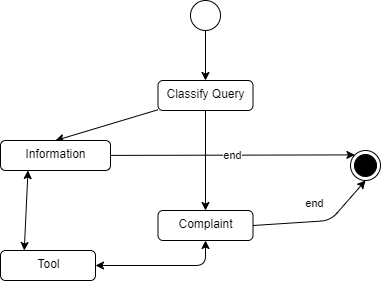
The draw.io diagram docs/diagrams/insurance/assistant_lg_tool_flow.drawio.png in AthenaDecisionSystems/athena-owl-demos, before a commit. Source tidied: cells renumbered, new cells last; positions are measured from the earlier drawing's top-left corner, leaving out a move shared by most shapes.
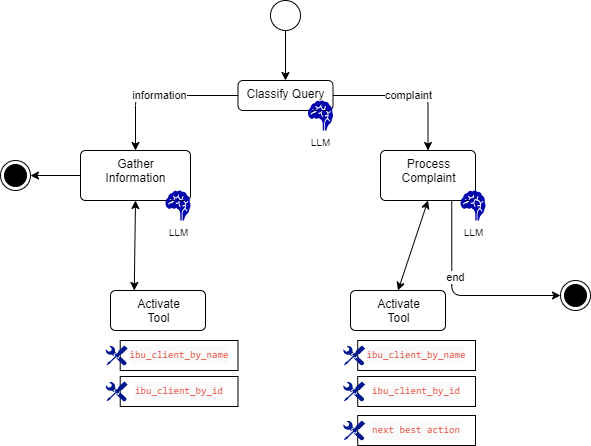
The same file after the commit.

Diff of the diagram source:
```diff
@@ -3,7 +3,7 @@
     <mxCell id="0" />
     <mxCell id="1" parent="0" />
     <mxCell id="2" style="ellipse;html=1;shape=endState;fillColor=strokeColor;" parent="1" vertex="1">
-      <mxGeometry x="350" y="150" width="30" height="30" as="geometry" />
+      <mxGeometry x="480" y="280" width="30" height="30" as="geometry" />
     </mxCell>
     <mxCell id="3" style="edgeStyle=none;html=1;entryX=0.5;entryY=0;entryDx=0;entryDy=0;" parent="1" edge="1" source="4" target="9">
       <mxGeometry relative="1" as="geometry" />
@@ -11,44 +11,82 @@
     <mxCell id="4" style="ellipse;" parent="1" vertex="1">
       <mxGeometry x="190" width="30" height="30" as="geometry" />
     </mxCell>
-    <mxCell id="5" style="edgeStyle=orthogonalEdgeStyle;html=1;entryX=1;entryY=0.5;entryDx=0;entryDy=0;exitX=0.5;exitY=1;exitDx=0;exitDy=0;startArrow=classic;startFill=1;" parent="1" edge="1" source="11" target="10">
-      <mxGeometry relative="1" as="geometry">
-        <Array as="points">
-          <mxPoint x="205" y="265" />
-        </Array>
-      </mxGeometry>
+    <mxCell id="5" style="html=1;entryX=0.5;entryY=0;entryDx=0;entryDy=0;exitX=0.5;exitY=1;exitDx=0;exitDy=0;startArrow=classic;startFill=1;" parent="1" edge="1" source="11" target="26">
+      <mxGeometry relative="1" as="geometry" />
     </mxCell>
-    <mxCell id="6" value="end" style="edgeStyle=none;html=1;entryX=0.5;entryY=1;entryDx=0;entryDy=0;exitX=1;exitY=0.5;exitDx=0;exitDy=0;" parent="1" edge="1" source="11" target="2">
+    <mxCell id="6" value="end" style="html=1;entryX=0;entryY=0.5;entryDx=0;entryDy=0;exitX=0.75;exitY=1;exitDx=0;exitDy=0;edgeStyle=orthogonalEdgeStyle;" parent="1" edge="1" source="11" target="2">
       <mxGeometry x="-0.03" y="19" relative="1" as="geometry">
-        <Array as="points">
-          <mxPoint x="330" y="220" />
-        </Array>
         <mxPoint y="1" as="offset" />
       </mxGeometry>
     </mxCell>
-    <mxCell id="7" style="edgeStyle=none;html=1;" parent="1" edge="1" source="9" target="11">
+    <mxCell id="7" value="complaint" style="edgeStyle=orthogonalEdgeStyle;html=1;" parent="1" edge="1" source="9" target="11">
       <mxGeometry relative="1" as="geometry" />
     </mxCell>
-    <mxCell id="8" style="edgeStyle=none;html=1;entryX=0.5;entryY=0;entryDx=0;entryDy=0;" parent="1" edge="1" source="9" target="14">
+    <mxCell id="8" value="information" style="edgeStyle=orthogonalEdgeStyle;html=1;entryX=0.5;entryY=0;entryDx=0;entryDy=0;" parent="1" edge="1" source="9" target="14">
       <mxGeometry relative="1" as="geometry" />
     </mxCell>
     <mxCell id="9" value="Classify Query" style="html=1;align=center;verticalAlign=top;rounded=1;absoluteArcSize=1;arcSize=10;dashed=0;" parent="1" vertex="1">
       <mxGeometry x="157.5" y="80" width="95" height="30" as="geometry" />
     </mxCell>
-    <mxCell id="10" value="Tool" style="html=1;align=center;verticalAlign=top;rounded=1;absoluteArcSize=1;arcSize=10;dashed=0;" parent="1" vertex="1">
-      <mxGeometry y="250" width="95" height="30" as="geometry" />
+    <mxCell id="10" value="Activate&lt;br&gt;Tool" style="html=1;align=center;verticalAlign=top;rounded=1;absoluteArcSize=1;arcSize=10;dashed=0;" parent="1" vertex="1">
+      <mxGeometry x="30" y="290" width="95" height="40" as="geometry" />
     </mxCell>
-    <mxCell id="11" value="Complaint" style="html=1;align=center;verticalAlign=top;rounded=1;absoluteArcSize=1;arcSize=10;dashed=0;" parent="1" vertex="1">
-      <mxGeometry x="157.5" y="210" width="95" height="30" as="geometry" />
+    <mxCell id="11" value="Process&lt;br&gt;Complaint" style="html=1;align=center;verticalAlign=top;rounded=1;absoluteArcSize=1;arcSize=10;dashed=0;" parent="1" vertex="1">
+      <mxGeometry x="300" y="150" width="95" height="50" as="geometry" />
     </mxCell>
-    <mxCell id="12" value="end" style="edgeStyle=none;html=1;entryX=0;entryY=0;entryDx=0;entryDy=0;" parent="1" edge="1" source="14" target="2">
-      <mxGeometry relative="1" as="geometry" />
-    </mxCell>
-    <mxCell id="13" style="edgeStyle=none;html=1;entryX=0.25;entryY=0;entryDx=0;entryDy=0;exitX=0.25;exitY=1;exitDx=0;exitDy=0;startArrow=classic;startFill=1;" parent="1" edge="1" source="14" target="10">
+    <mxCell id="13" style="edgeStyle=none;html=1;entryX=0.25;entryY=0;entryDx=0;entryDy=0;exitX=0.5;exitY=1;exitDx=0;exitDy=0;startArrow=classic;startFill=1;" parent="1" edge="1" source="14" target="10">
       <mxGeometry relative="1" as="geometry" />
     </mxCell>
+    <mxCell id="15" style="edgeStyle=orthogonalEdgeStyle;html=1;" parent="1" edge="1" source="14" target="18">
+      <mxGeometry relative="1" as="geometry" />
+    </mxCell>
-    <mxCell id="14" value="Information" style="html=1;align=center;verticalAlign=top;rounded=1;absoluteArcSize=1;arcSize=10;dashed=0;" parent="1" vertex="1">
-      <mxGeometry y="140" width="110" height="30" as="geometry" />
+    <mxCell id="14" value="Gather &lt;br&gt;Information" style="html=1;align=center;verticalAlign=top;rounded=1;absoluteArcSize=1;arcSize=10;dashed=0;" parent="1" vertex="1">
+      <mxGeometry y="150" width="110" height="50" as="geometry" />
     </mxCell>
+    <mxCell id="16" value="LLM" style="shape=mxgraph.signs.healthcare.brain;html=1;fillColor=#0407AC;strokeColor=none;verticalLabelPosition=bottom;verticalAlign=top;align=center;fontSize=10;" parent="1" vertex="1">
+      <mxGeometry x="380" y="190" width="25" height="30" as="geometry" />
+    </mxCell>
+    <mxCell id="17" value="LLM" style="shape=mxgraph.signs.healthcare.brain;html=1;fillColor=#0407AC;strokeColor=none;verticalLabelPosition=bottom;verticalAlign=top;align=center;fontSize=10;" parent="1" vertex="1">
+      <mxGeometry x="85" y="190" width="25" height="30" as="geometry" />
+    </mxCell>
+    <mxCell id="18" style="ellipse;html=1;shape=endState;fillColor=strokeColor;" parent="1" vertex="1">
+      <mxGeometry x="-80" y="160" width="30" height="30" as="geometry" />
+    </mxCell>
+    <mxCell id="19" value="LLM" style="shape=mxgraph.signs.healthcare.brain;html=1;fillColor=#0407AC;strokeColor=none;verticalLabelPosition=bottom;verticalAlign=top;align=center;fontSize=10;" parent="1" vertex="1">
+      <mxGeometry x="227.5" y="100" width="25" height="30" as="geometry" />
+    </mxCell>
+    <mxCell id="20" value="&lt;div style=&quot;color: rgb(56, 58, 66); background-color: rgb(250, 250, 250); font-family: Consolas, &amp;quot;Courier New&amp;quot;, monospace; font-size: 10px; line-height: 19px;&quot;&gt;&lt;span style=&quot;color: rgb(228, 86, 73); font-size: 10px;&quot;&gt;ibu_client_by_name&lt;/span&gt;&lt;/div&gt;" style="rounded=0;whiteSpace=wrap;html=1;fontSize=10;" parent="1" vertex="1">
+      <mxGeometry x="277.2" y="340" width="117.8" height="30" as="geometry" />
+    </mxCell>
+    <mxCell id="21" style="sketch=0;shadow=0;dashed=0;html=1;strokeColor=none;labelPosition=center;verticalLabelPosition=bottom;verticalAlign=top;align=center;fillColor=#00188D;shape=mxgraph.mscae.enterprise.tool;" parent="1" vertex="1">
+      <mxGeometry x="262.5" y="345" width="22.2" height="20" as="geometry" />
+    </mxCell>
+    <mxCell id="22" value="&lt;div style=&quot;color: rgb(56, 58, 66); background-color: rgb(250, 250, 250); font-family: Consolas, &amp;quot;Courier New&amp;quot;, monospace; font-size: 10px; line-height: 19px;&quot;&gt;&lt;span style=&quot;color: rgb(228, 86, 73); font-size: 10px;&quot;&gt;ibu_client_by_id&lt;/span&gt;&lt;/div&gt;" style="rounded=0;whiteSpace=wrap;html=1;fontSize=10;" parent="1" vertex="1">
+      <mxGeometry x="277.2" y="376" width="117.8" height="30" as="geometry" />
+    </mxCell>
+    <mxCell id="23" style="sketch=0;shadow=0;dashed=0;html=1;strokeColor=none;labelPosition=center;verticalLabelPosition=bottom;verticalAlign=top;align=center;fillColor=#00188D;shape=mxgraph.mscae.enterprise.tool;" parent="1" vertex="1">
+      <mxGeometry x="262.5" y="381" width="22.2" height="20" as="geometry" />
+    </mxCell>
+    <mxCell id="24" value="&lt;div style=&quot;color: rgb(56, 58, 66); background-color: rgb(250, 250, 250); font-family: Consolas, &amp;quot;Courier New&amp;quot;, monospace; font-size: 10px; line-height: 19px;&quot;&gt;&lt;span style=&quot;color: rgb(228, 86, 73); font-size: 10px;&quot;&gt;next best action&lt;/span&gt;&lt;/div&gt;" style="rounded=0;whiteSpace=wrap;html=1;fontSize=10;" parent="1" vertex="1">
+      <mxGeometry x="277.2" y="415" width="117.8" height="30" as="geometry" />
+    </mxCell>
+    <mxCell id="25" style="sketch=0;shadow=0;dashed=0;html=1;strokeColor=none;labelPosition=center;verticalLabelPosition=bottom;verticalAlign=top;align=center;fillColor=#00188D;shape=mxgraph.mscae.enterprise.tool;" parent="1" vertex="1">
+      <mxGeometry x="262.5" y="420" width="22.2" height="20" as="geometry" />
+    </mxCell>
+    <mxCell id="26" value="Activate&lt;br&gt;Tool" style="html=1;align=center;verticalAlign=top;rounded=1;absoluteArcSize=1;arcSize=10;dashed=0;" parent="1" vertex="1">
+      <mxGeometry x="270" y="290" width="95" height="40" as="geometry" />
+    </mxCell>
+    <mxCell id="27" value="&lt;div style=&quot;color: rgb(56, 58, 66); background-color: rgb(250, 250, 250); font-family: Consolas, &amp;quot;Courier New&amp;quot;, monospace; font-size: 10px; line-height: 19px;&quot;&gt;&lt;span style=&quot;color: rgb(228, 86, 73); font-size: 10px;&quot;&gt;ibu_client_by_name&lt;/span&gt;&lt;/div&gt;" style="rounded=0;whiteSpace=wrap;html=1;fontSize=10;" parent="1" vertex="1">
+      <mxGeometry x="39.7" y="340" width="117.8" height="30" as="geometry" />
+    </mxCell>
+    <mxCell id="28" style="sketch=0;shadow=0;dashed=0;html=1;strokeColor=none;labelPosition=center;verticalLabelPosition=bottom;verticalAlign=top;align=center;fillColor=#00188D;shape=mxgraph.mscae.enterprise.tool;" parent="1" vertex="1">
+      <mxGeometry x="25" y="345" width="22.2" height="20" as="geometry" />
+    </mxCell>
+    <mxCell id="29" value="&lt;div style=&quot;color: rgb(56, 58, 66); background-color: rgb(250, 250, 250); font-family: Consolas, &amp;quot;Courier New&amp;quot;, monospace; font-size: 10px; line-height: 19px;&quot;&gt;&lt;span style=&quot;color: rgb(228, 86, 73); font-size: 10px;&quot;&gt;ibu_client_by_id&lt;/span&gt;&lt;/div&gt;" style="rounded=0;whiteSpace=wrap;html=1;fontSize=10;" parent="1" vertex="1">
+      <mxGeometry x="39.7" y="376" width="117.8" height="30" as="geometry" />
+    </mxCell>
+    <mxCell id="30" style="sketch=0;shadow=0;dashed=0;html=1;strokeColor=none;labelPosition=center;verticalLabelPosition=bottom;verticalAlign=top;align=center;fillColor=#00188D;shape=mxgraph.mscae.enterprise.tool;" parent="1" vertex="1">
+      <mxGeometry x="25" y="381" width="22.2" height="20" as="geometry" />
+    </mxCell>
   </root>
 </mxGraphModel>
```
